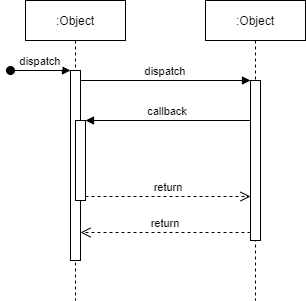
Above: Deliverables/Week_3/Use_Case/Student/Sequence Diagrams/Map.png in Hanandrof/Group-3-Repository (draw.io), before the change. Source tidied: cells renumbered, new cells last; positions are measured from the earlier drawing's top-left corner, leaving out a move shared by most shapes. Source of this version:
```xml
<mxGraphModel>
  <root>
    <mxCell id="0" />
    <mxCell id="1" parent="0" />
    <mxCell id="2" value=":Object" style="shape=umlLifeline;perimeter=lifelinePerimeter;rounded=0;shadow=0;strokeWidth=1;" parent="1" vertex="1">
      <mxGeometry x="15" width="100" height="300" as="geometry" />
    </mxCell>
    <mxCell id="3" style="points=[];perimeter=orthogonalPerimeter;rounded=0;shadow=0;strokeWidth=1;" parent="2" vertex="1">
      <mxGeometry x="45" y="70" width="10" height="190" as="geometry" />
    </mxCell>
    <mxCell id="4" value="dispatch" style="verticalAlign=bottom;startArrow=oval;endArrow=block;startSize=8;shadow=0;strokeWidth=1;" parent="2" edge="1" target="3">
      <mxGeometry relative="1" as="geometry">
        <mxPoint x="-15" y="70" as="sourcePoint" />
      </mxGeometry>
    </mxCell>
    <mxCell id="5" style="points=[];perimeter=orthogonalPerimeter;rounded=0;shadow=0;strokeWidth=1;" parent="2" vertex="1">
      <mxGeometry x="50" y="120" width="10" height="80" as="geometry" />
    </mxCell>
    <mxCell id="6" value=":Object" style="shape=umlLifeline;perimeter=lifelinePerimeter;rounded=0;shadow=0;strokeWidth=1;" parent="1" vertex="1">
      <mxGeometry x="195" width="100" height="300" as="geometry" />
    </mxCell>
    <mxCell id="7" style="points=[];perimeter=orthogonalPerimeter;rounded=0;shadow=0;strokeWidth=1;" parent="6" vertex="1">
      <mxGeometry x="45" y="80" width="10" height="160" as="geometry" />
    </mxCell>
    <mxCell id="8" value="return" style="verticalAlign=bottom;endArrow=open;dashed=1;endSize=8;exitX=0;exitY=0.95;shadow=0;strokeWidth=1;" parent="1" edge="1" source="7" target="3">
      <mxGeometry relative="1" as="geometry" />
    </mxCell>
    <mxCell id="9" value="dispatch" style="verticalAlign=bottom;endArrow=block;entryX=0;entryY=0;shadow=0;strokeWidth=1;" parent="1" edge="1" source="3" target="7">
      <mxGeometry relative="1" as="geometry" />
    </mxCell>
    <mxCell id="10" value="callback" style="verticalAlign=bottom;endArrow=block;entryX=1;entryY=0;shadow=0;strokeWidth=1;" parent="1" edge="1" source="7" target="5">
      <mxGeometry relative="1" as="geometry" />
    </mxCell>
    <mxCell id="11" value="return" style="verticalAlign=bottom;endArrow=open;dashed=1;endSize=8;exitX=1;exitY=0.95;shadow=0;strokeWidth=1;" parent="1" edge="1" source="5" target="7">
      <mxGeometry relative="1" as="geometry" />
    </mxCell>
  </root>
</mxGraphModel>
```
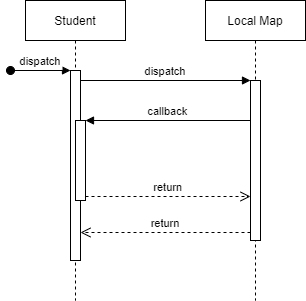
Later version of the same file.

What changed in the source:
```diff
@@ -2,7 +2,7 @@
   <root>
     <mxCell id="0" />
     <mxCell id="1" parent="0" />
-    <mxCell id="2" value=":Object" style="shape=umlLifeline;perimeter=lifelinePerimeter;rounded=0;shadow=0;strokeWidth=1;" parent="1" vertex="1">
+    <mxCell id="2" value="Student" style="shape=umlLifeline;perimeter=lifelinePerimeter;rounded=0;shadow=0;strokeWidth=1;" parent="1" vertex="1">
       <mxGeometry x="15" width="100" height="300" as="geometry" />
     </mxCell>
     <mxCell id="3" style="points=[];perimeter=orthogonalPerimeter;rounded=0;shadow=0;strokeWidth=1;" parent="2" vertex="1">
@@ -16,7 +16,7 @@
     <mxCell id="5" style="points=[];perimeter=orthogonalPerimeter;rounded=0;shadow=0;strokeWidth=1;" parent="2" vertex="1">
       <mxGeometry x="50" y="120" width="10" height="80" as="geometry" />
     </mxCell>
-    <mxCell id="6" value=":Object" style="shape=umlLifeline;perimeter=lifelinePerimeter;rounded=0;shadow=0;strokeWidth=1;" parent="1" vertex="1">
+    <mxCell id="6" value="Local Map" style="shape=umlLifeline;perimeter=lifelinePerimeter;rounded=0;shadow=0;strokeWidth=1;" parent="1" vertex="1">
       <mxGeometry x="195" width="100" height="300" as="geometry" />
     </mxCell>
     <mxCell id="7" style="points=[];perimeter=orthogonalPerimeter;rounded=0;shadow=0;strokeWidth=1;" parent="6" vertex="1">
```
